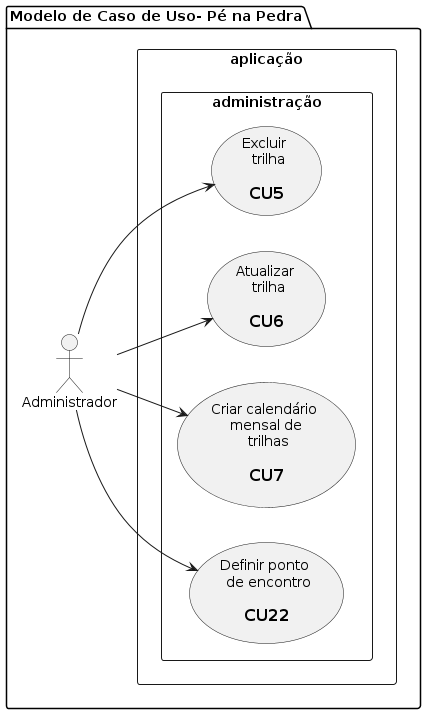
The PlantUML diagram docs/diagrams/out/pe_na_pedra_usecase_3.png in tiagors09/pe_na_pedra, before a commit. The source it was exported from:
```plantuml
@startuml pe_na_pedra_usecase_3
  left to right direction

  package "Modelo de Caso de Uso- Pé na Pedra" {

    :Administrador: as adm

    rectangle aplicação {
      rectangle administração {
        usecase uc5 as "Excluir \n trilha\n
          == CU5"
        usecase uc6 as "Atualizar \n trilha\n
          == CU6"
        usecase uc7 as "Criar calendário \n mensal de \n trilhas\n
          == CU7"
        usecase uc22 as "Definir ponto \n de encontro\n
          == CU22"
      }
    }
  }

  adm --> uc5
  adm --> uc6
  adm --> uc7
  adm --> uc22
@enduml
```
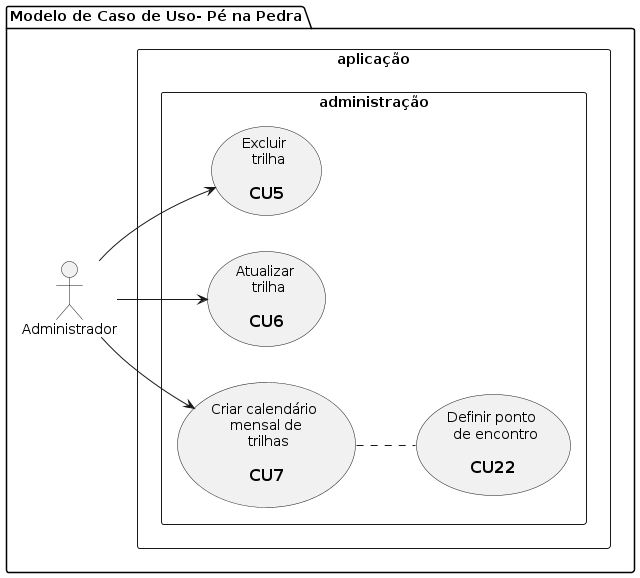
The same diagram one commit later.

Commit message:
docs: :memo: add use case diagram PNG

Diff of the diagram source:
```diff
@@ -22,5 +22,5 @@
   adm --> uc5
   adm --> uc6
   adm --> uc7
-  adm --> uc22
+  uc7 .. uc22
 @enduml
```
